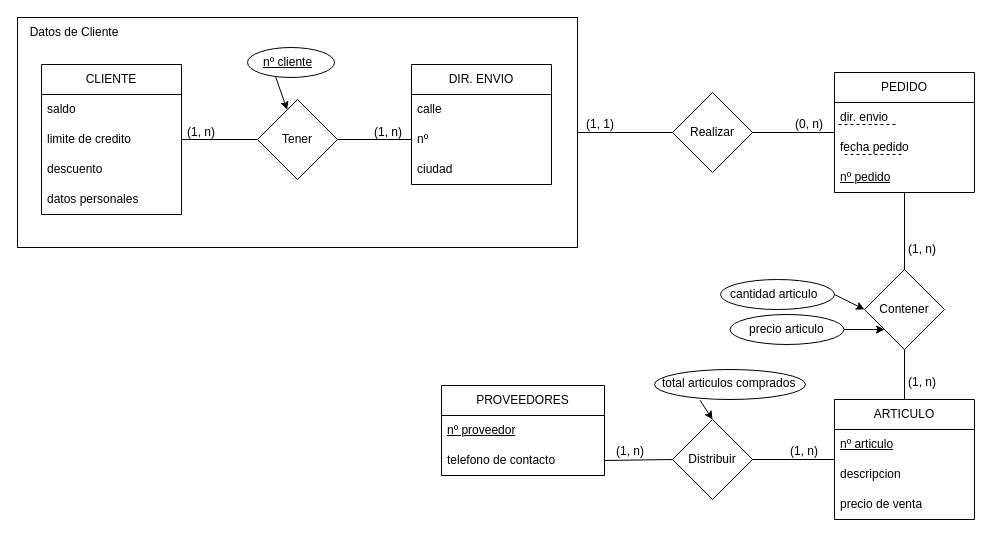
Above: modulo-ii/ejercicios/01_Modelo Entidad-Relacion/MapaConceptual_1.drawio in Cristinajpalma83/curso-poo (draw.io), before the change. Source tidied: cells renumbered, new cells numbered last; positions are measured from the earlier drawing's top-left corner, leaving out a move shared by most shapes. Both pictures are drawn from the tidied source at 100%, with x=0, y=0 at pixel (17, 17).
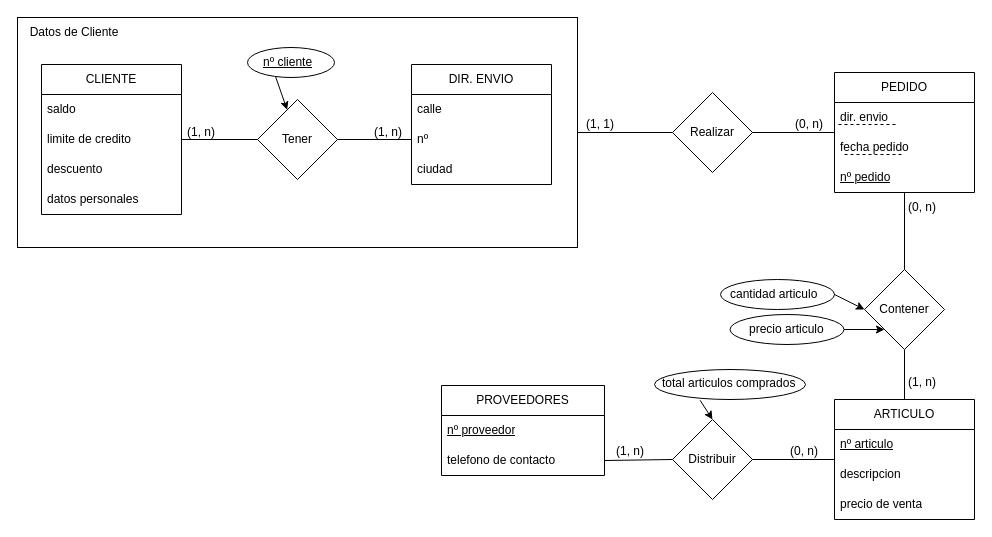
The same diagram, later.

What changed in the source:
```diff
@@
-    <mxCell id="41" value="(1, n)" style="text;html=1;whiteSpace=wrap;strokeColor=none;fillColor=none;align=center;verticalAlign=middle;rounded=0;" parent="1" vertex="1">
-      <mxGeometry x="875" y="217" width="60" height="30" as="geometry" />
+    <mxCell id="41" value="(0, n)" style="text;html=1;whiteSpace=wrap;strokeColor=none;fillColor=none;align=center;verticalAlign=middle;rounded=0;" parent="1" vertex="1">
+      <mxGeometry x="875" y="175" width="60" height="30" as="geometry" />
     </mxCell>
@@
-    <mxCell id="46" value="(1, n)" style="text;html=1;whiteSpace=wrap;strokeColor=none;fillColor=none;align=center;verticalAlign=middle;rounded=0;" parent="1" vertex="1">
+    <mxCell id="46" value="(0, n)" style="text;html=1;whiteSpace=wrap;strokeColor=none;fillColor=none;align=center;verticalAlign=middle;rounded=0;" parent="1" vertex="1">
       <mxGeometry x="757" y="419" width="60" height="30" as="geometry" />
     </mxCell>
```
